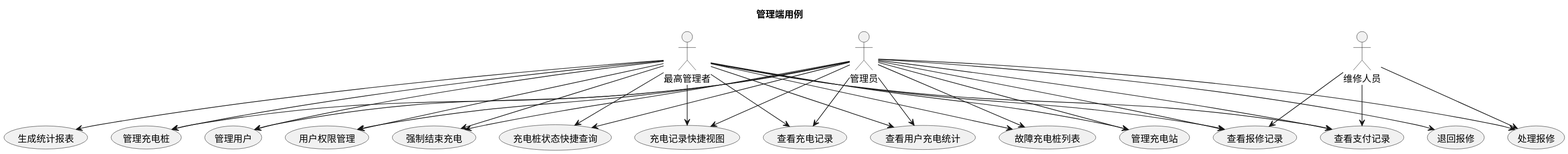
Earlier version of the PlantUML export usecase/docs/overview/img/admin_usecases.svg (greenhandzdl/charging-station-doc).
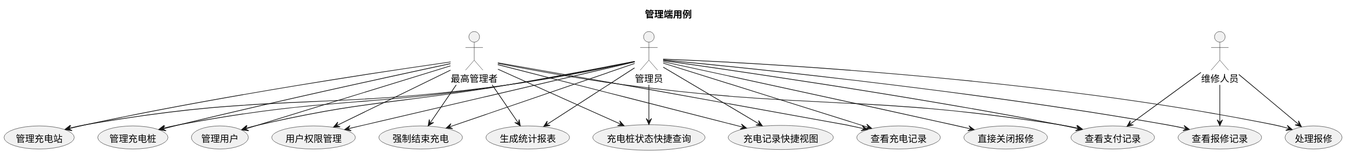
After the change.

Diff of the diagram source:
```diff
@@ -13,6 +13,7 @@
 usecase "管理用户" as MU
 usecase "用户权限管理" as PM
 usecase "处理报修" as HR
+usecase "直接关闭报修" as DCR
 usecase "查看报修记录" as VR
 usecase "强制结束充电" as FSC
 usecase "生成统计报表" as GS
@@ -20,37 +21,30 @@
 usecase "充电记录快捷视图" as QV
 usecase "查看支付记录" as VPR
 usecase "查看充电记录" as VCR
-usecase "查看用户充电统计" as UCS
-usecase "故障充电桩列表" as FCL
-usecase "退回报修" as RR
 
 A --> MS
 A --> MC
 A --> MU
 A --> PM
 A --> HR
+A --> DCR
 A --> VR
 A --> FSC
 A --> VPR
+A --> GS
 A --> QC
 A --> QV
 A --> VCR
-A --> UCS
-A --> RR
-A --> FCL
-SA --> FCL
 SA --> MS
 SA --> MC
 SA --> PM
 SA --> MU
 SA --> VPR
-SA --> VR
 SA --> GS
 SA --> FSC
 SA --> QC
 SA --> QV
 SA --> VCR
-SA --> UCS
 M --> HR
 M --> VR
 M --> VPR
```
